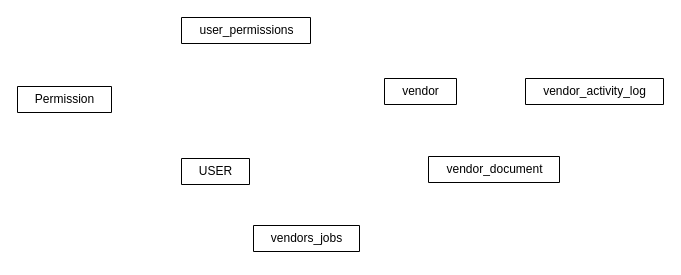
Earlier version of the draw.io diagram ThisLink.drawio (EmanDeveloper/thisLink). Source tidied: cells renumbered, new cells numbered last; positions are measured from the earlier drawing's top-left corner, leaving out a move shared by most shapes. Both pictures are drawn from the tidied source at 100%, with x=0, y=0 at pixel (17, 17).
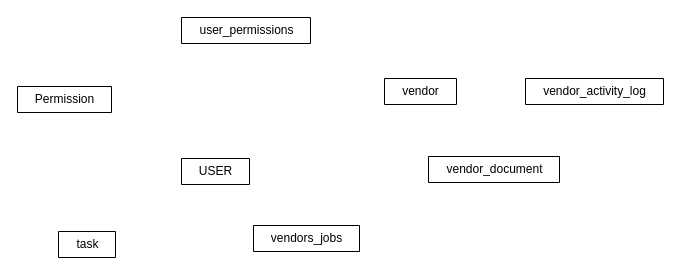
The same diagram, later.

The edit, as a diff of the source:
```diff
@@
 <mxGraphModel>
   <root>
     <mxCell id="0" />
     <mxCell id="1" parent="0" />
     <mxCell id="2" value="USER" style="swimlane;fontStyle=0;horizontal=1;startSize=26;fillColor=none;html=1;" parent="1" vertex="1" collapsed="1">
       <mxGeometry x="164" y="141" width="68" height="26" as="geometry" />
     </mxCell>
     <mxCell id="3" value="Permission" style="swimlane;fontStyle=0;horizontal=1;startSize=26;fillColor=none;html=1;" parent="1" vertex="1" collapsed="1">
       <mxGeometry y="69" width="94" height="26" as="geometry" />
     </mxCell>
     <mxCell id="4" value="user_permissions" style="swimlane;fontStyle=0;horizontal=1;startSize=26;fillColor=none;html=1;" parent="1" vertex="1" collapsed="1">
       <mxGeometry x="164" width="129" height="26" as="geometry" />
     </mxCell>
     <mxCell id="5" value="vendor" style="swimlane;fontStyle=0;horizontal=1;startSize=26;fillColor=none;html=1;" parent="1" vertex="1" collapsed="1">
       <mxGeometry x="367" y="61" width="72" height="26" as="geometry" />
     </mxCell>
     <mxCell id="6" value="vendor_activity_log" style="swimlane;fontStyle=0;horizontal=1;startSize=26;fillColor=none;html=1;" parent="1" vertex="1" collapsed="1">
       <mxGeometry x="508" y="61" width="138" height="26" as="geometry" />
     </mxCell>
     <mxCell id="7" value="vendor_document" style="swimlane;fontStyle=0;horizontal=1;startSize=26;fillColor=none;html=1;" parent="1" vertex="1" collapsed="1">
       <mxGeometry x="411" y="139" width="131" height="26" as="geometry" />
     </mxCell>
     <mxCell id="8" value="vendors_jobs" style="swimlane;fontStyle=0;horizontal=1;startSize=26;fillColor=none;html=1;" parent="1" vertex="1" collapsed="1">
       <mxGeometry x="236" y="208" width="106" height="26" as="geometry" />
     </mxCell>
+    <mxCell id="9" value="task" style="swimlane;fontStyle=0;horizontal=1;startSize=26;fillColor=none;html=1;" parent="1" vertex="1" collapsed="1">
+      <mxGeometry x="41" y="214" width="57" height="26" as="geometry" />
+    </mxCell>
   </root>
 </mxGraphModel>
```
